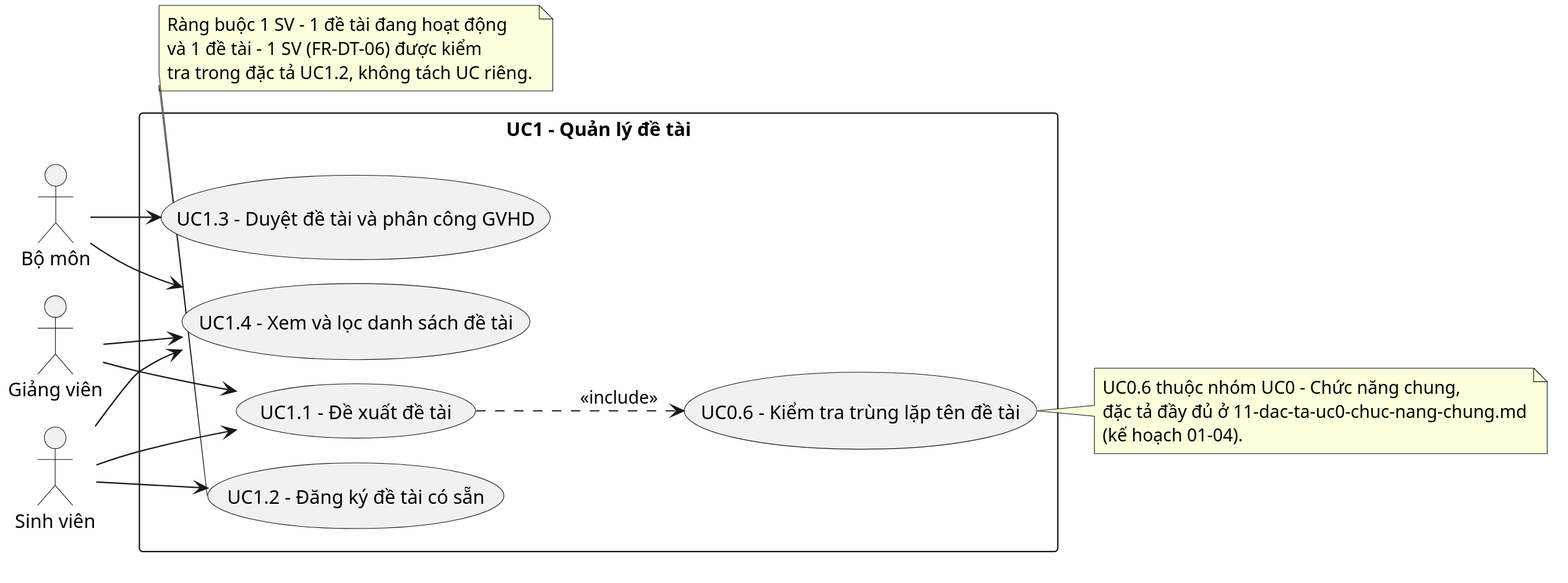
dtc235200036-alt/ICTU-DATN-NguyenThiMaiAnh keeps this PlantUML diagram as docs/chuong-2-khao-sat-phan-tich/uc/uc1-quan-ly-de-tai.svg. Above is the earlier version.
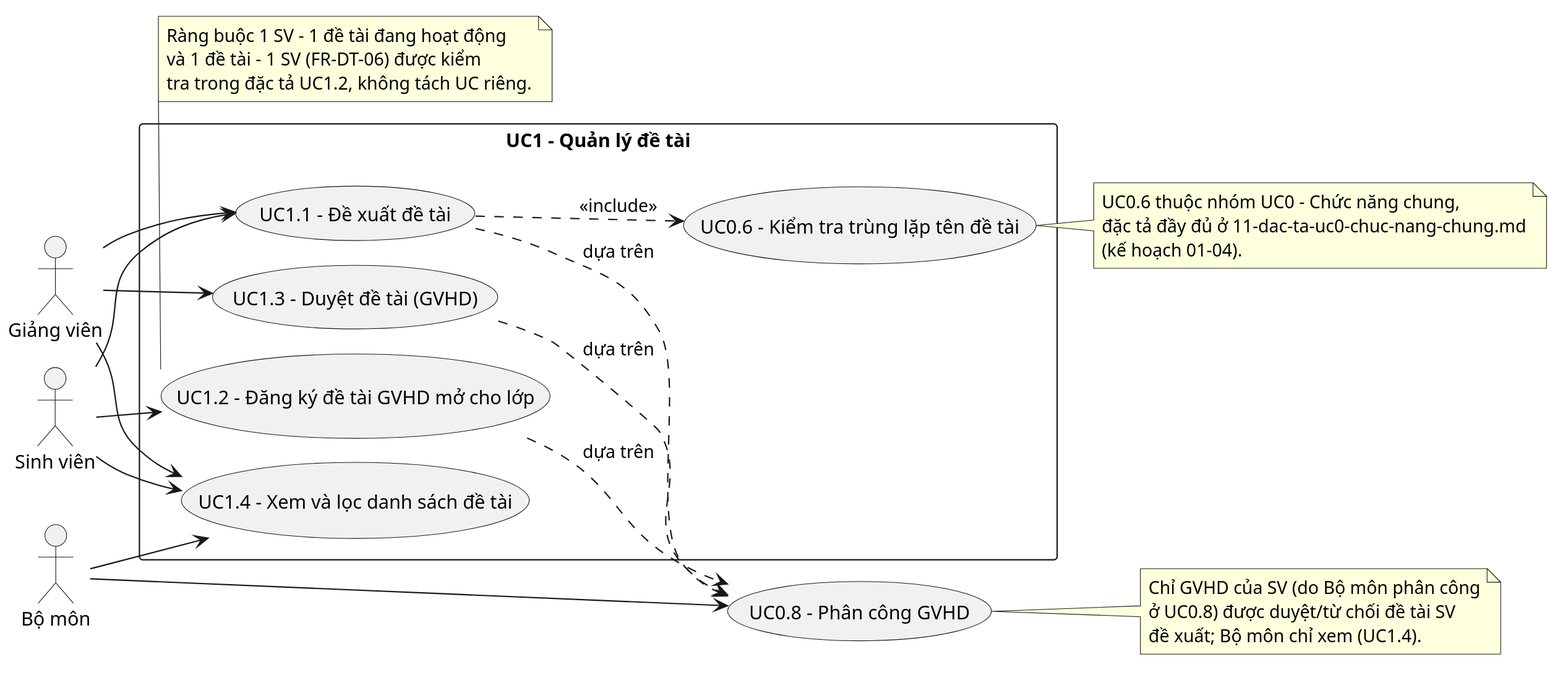
The same file after the commit.

The edit, as a diff of the source:
```diff
@@ -14,21 +14,26 @@
 
 rectangle "UC1 - Quản lý đề tài" {
   usecase "UC1.1 - Đề xuất đề tài" as UC1_1
-  usecase "UC1.2 - Đăng ký đề tài có sẵn" as UC1_2
-  usecase "UC1.3 - Duyệt đề tài và phân công GVHD" as UC1_3
+  usecase "UC1.2 - Đăng ký đề tài GVHD mở cho lớp" as UC1_2
+  usecase "UC1.3 - Duyệt đề tài (GVHD)" as UC1_3
   usecase "UC1.4 - Xem và lọc danh sách đề tài" as UC1_4
   usecase "UC0.6 - Kiểm tra trùng lặp tên đề tài" as UC0_6
 }
+usecase "UC0.8 - Phân công GVHD" as UC0_8
 
 GV --> UC1_1
 SV --> UC1_1
 SV --> UC1_2
-BM --> UC1_3
+GV --> UC1_3
 GV --> UC1_4
 SV --> UC1_4
 BM --> UC1_4
 
 UC1_1 ..> UC0_6 : <<include>>
+BM --> UC0_8
+UC1_1 ..> UC0_8 : dựa trên
+UC1_2 ..> UC0_8 : dựa trên
+UC1_3 ..> UC0_8 : dựa trên
 
 note right of UC0_6
   UC0.6 thuộc nhóm UC0 - Chức năng chung,
@@ -41,4 +46,10 @@
   và 1 đề tài - 1 SV (FR-DT-06) được kiểm
   tra trong đặc tả UC1.2, không tách UC riêng.
 end note
+
+note right of UC0_8
+  Chỉ GVHD của SV (do Bộ môn phân công
+  ở UC0.8) được duyệt/từ chối đề tài SV
+  đề xuất; Bộ môn chỉ xem (UC1.4).
+end note
 @enduml
```
